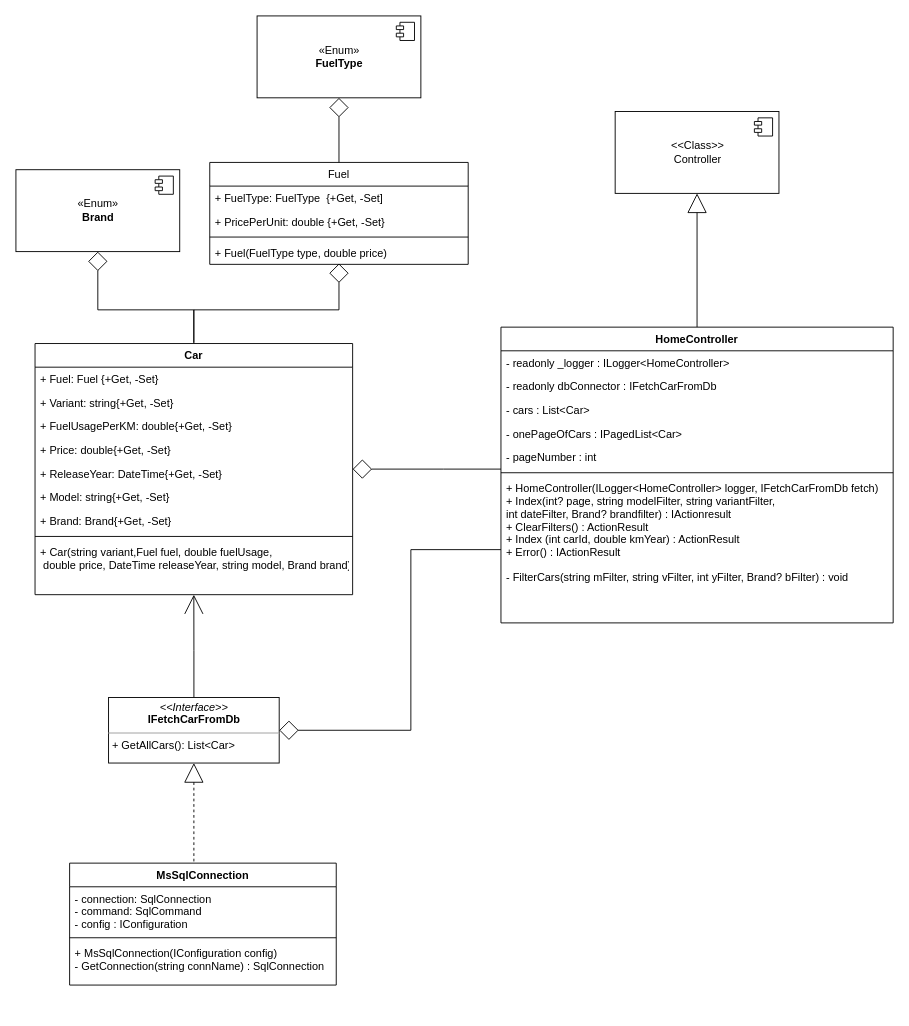
The draw.io diagram Dokumentation/Class Diagram - CC - SBO.drawio in NansyT/Car-Comparison, before the edit. Source tidied: cells renumbered, new cells numbered last; positions are measured from the earlier drawing's top-left corner, leaving out a move shared by most shapes. Both pictures are drawn from the tidied source at 91%, with x=0, y=0 at pixel (15, 15).
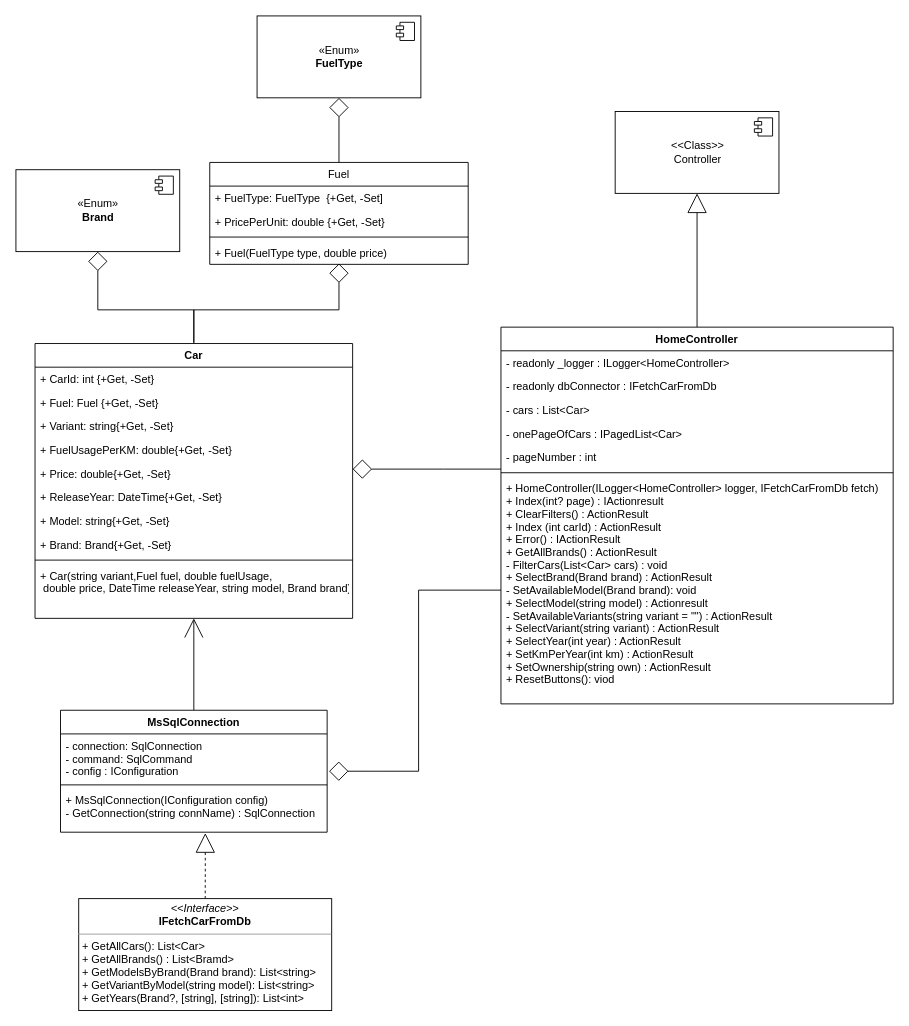
The same diagram, later.

Unchanged cells that the change refers to:
```xml
<mxCell id="28" value="- connection: SqlConnection&#10;- command: SqlCommand&#10;- config : IConfiguration" style="text;strokeColor=none;fillColor=none;align=left;verticalAlign=top;spacingLeft=4;spacingRight=4;overflow=hidden;points=[[0,0.5],[1,0.5]];portConstraint=eastwest;" parent="27" vertex="1">
  <mxGeometry y="26" width="293" height="52" as="geometry" />
</mxCell>
<mxCell id="30" value="+ MsSqlConnection(IConfiguration config)&#10;- GetConnection(string connName) : SqlConnection" style="text;strokeColor=none;fillColor=none;align=left;verticalAlign=top;spacingLeft=4;spacingRight=4;overflow=hidden;points=[[0,0.5],[1,0.5]];portConstraint=eastwest;" parent="27" vertex="1">
  <mxGeometry y="86" width="293" height="48" as="geometry" />
</mxCell>
```

The edit, as a diff of the source:
```diff
@@
     <mxCell id="4" value="Car" style="swimlane;fontStyle=1;align=center;verticalAlign=top;horizontal=1;startSize=26;" parent="1" vertex="1">
-      <mxGeometry x="21" y="360" width="349" height="276" as="geometry" />
+      <mxGeometry x="21" y="360" width="349" height="302" as="geometry" />
     </mxCell>
-    <mxCell id="5" value="+ Fuel: Fuel {+Get, -Set}" style="text;strokeColor=none;fillColor=none;align=left;verticalAlign=top;spacingLeft=4;spacingRight=4;overflow=hidden;" parent="4" vertex="1">
+    <mxCell id="5" value="+ CarId: int {+Get, -Set}" style="text;strokeColor=none;fillColor=none;align=left;verticalAlign=top;spacingLeft=4;spacingRight=4;overflow=hidden;" parent="4" vertex="1">
       <mxGeometry y="26" width="349" height="26" as="geometry" />
     </mxCell>
+    <mxCell id="44" value="+ Fuel: Fuel {+Get, -Set}" style="text;strokeColor=none;fillColor=none;align=left;verticalAlign=top;spacingLeft=4;spacingRight=4;overflow=hidden;" parent="4" vertex="1">
+      <mxGeometry y="52" width="349" height="26" as="geometry" />
+    </mxCell>
     <mxCell id="6" value="+ Variant: string{+Get, -Set}" style="text;strokeColor=none;fillColor=none;align=left;verticalAlign=top;spacingLeft=4;spacingRight=4;overflow=hidden;" parent="4" vertex="1">
-      <mxGeometry y="52" width="349" height="26" as="geometry" />
+      <mxGeometry y="78" width="349" height="26" as="geometry" />
     </mxCell>
     <mxCell id="7" value="+ FuelUsagePerKM: double{+Get, -Set}" style="text;strokeColor=none;fillColor=none;align=left;verticalAlign=top;spacingLeft=4;spacingRight=4;overflow=hidden;" parent="4" vertex="1">
-      <mxGeometry y="78" width="349" height="26" as="geometry" />
+      <mxGeometry y="104" width="349" height="26" as="geometry" />
     </mxCell>
     <mxCell id="8" value="+ Price: double{+Get, -Set}" style="text;strokeColor=none;fillColor=none;align=left;verticalAlign=top;spacingLeft=4;spacingRight=4;overflow=hidden;" parent="4" vertex="1">
-      <mxGeometry y="104" width="349" height="26" as="geometry" />
+      <mxGeometry y="130" width="349" height="26" as="geometry" />
     </mxCell>
     <mxCell id="9" value="+ ReleaseYear: DateTime{+Get, -Set}" style="text;strokeColor=none;fillColor=none;align=left;verticalAlign=top;spacingLeft=4;spacingRight=4;overflow=hidden;" parent="4" vertex="1">
-      <mxGeometry y="130" width="349" height="26" as="geometry" />
+      <mxGeometry y="156" width="349" height="26" as="geometry" />
     </mxCell>
     <mxCell id="10" value="+ Model: string{+Get, -Set}" style="text;strokeColor=none;fillColor=none;align=left;verticalAlign=top;spacingLeft=4;spacingRight=4;overflow=hidden;" parent="4" vertex="1">
-      <mxGeometry y="156" width="349" height="26" as="geometry" />
+      <mxGeometry y="182" width="349" height="26" as="geometry" />
     </mxCell>
     <mxCell id="11" value="+ Brand: Brand{+Get, -Set}" style="text;strokeColor=none;fillColor=none;align=left;verticalAlign=top;spacingLeft=4;spacingRight=4;overflow=hidden;" parent="4" vertex="1">
-      <mxGeometry y="182" width="349" height="26" as="geometry" />
+      <mxGeometry y="208" width="349" height="26" as="geometry" />
     </mxCell>
     <mxCell id="12" style="line;strokeWidth=1;fillColor=none;align=left;verticalAlign=middle;spacingTop=-1;spacingLeft=3;spacingRight=3;labelPosition=right;" parent="4" vertex="1">
-      <mxGeometry y="208" width="349" height="8" as="geometry" />
+      <mxGeometry y="234" width="349" height="8" as="geometry" />
     </mxCell>
     <mxCell id="13" value="+ Car(string variant,Fuel fuel, double fuelUsage,&#10; double price, DateTime releaseYear, string model, Brand brand)" style="text;strokeColor=none;fillColor=none;align=left;verticalAlign=top;spacingLeft=4;spacingRight=4;overflow=hidden;" parent="4" vertex="1">
-      <mxGeometry y="216" width="349" height="60" as="geometry" />
+      <mxGeometry y="242" width="349" height="60" as="geometry" />
     </mxCell>
@@
-    <mxCell id="24" style="edgeStyle=orthogonalEdgeStyle;rounded=0;jettySize=auto;html=1;dashed=1;startArrow=block;startFill=0;endArrow=none;endFill=0;startSize=19;endSize=19;" parent="1" edge="1" source="26" target="27">
-      <mxGeometry relative="1" as="geometry">
-        <Array as="points">
-          <mxPoint x="207" y="931" />
-        </Array>
-      </mxGeometry>
+    <mxCell id="24" style="rounded=0;jettySize=auto;html=1;dashed=1;startArrow=block;startFill=0;endArrow=none;endFill=0;startSize=19;endSize=19;exitX=0.543;exitY=1.021;exitDx=0;exitDy=0;exitPerimeter=0;entryX=0.5;entryY=0;entryDx=0;entryDy=0;edgeStyle=orthogonalEdgeStyle;" parent="1" edge="1" source="30" target="26">
+      <mxGeometry relative="1" as="geometry" />
     </mxCell>
-    <mxCell id="25" style="edgeStyle=orthogonalEdgeStyle;rounded=0;jettySize=auto;html=1;startArrow=none;startFill=0;endArrow=open;endFill=0;startSize=19;endSize=19;" parent="1" edge="1" source="26" target="4">
+    <mxCell id="25" style="rounded=0;jettySize=auto;html=1;startArrow=none;startFill=0;endArrow=open;endFill=0;startSize=19;endSize=19;exitX=0.5;exitY=0;exitDx=0;exitDy=0;edgeStyle=orthogonalEdgeStyle;" parent="1" edge="1" source="27" target="4">
       <mxGeometry relative="1" as="geometry" />
     </mxCell>
-    <mxCell id="26" value="&lt;p style=&quot;margin:0px;margin-top:4px;text-align:center;&quot;&gt;&lt;i&gt;&amp;lt;&amp;lt;Interface&amp;gt;&amp;gt;&lt;/i&gt;&lt;br&gt;&lt;b&gt;IFetchCarFromDb&lt;/b&gt;&lt;/p&gt;&lt;hr size=&quot;1&quot;&gt;&lt;p style=&quot;margin:0px;margin-left:4px;&quot;&gt;&lt;/p&gt;&lt;p style=&quot;margin:0px;margin-left:4px;&quot;&gt;+ GetAllCars(&lt;span style=&quot;background-color: initial;&quot;&gt;): List&amp;lt;Car&amp;gt;&lt;/span&gt;&lt;/p&gt;" style="verticalAlign=top;align=left;overflow=fill;fontSize=12;fontFamily=Helvetica;html=1;" parent="1" vertex="1">
-      <mxGeometry x="101.8" y="749" width="187.5" height="72" as="geometry" />
+    <mxCell id="26" value="&lt;p style=&quot;margin:0px;margin-top:4px;text-align:center;&quot;&gt;&lt;i&gt;&amp;lt;&amp;lt;Interface&amp;gt;&amp;gt;&lt;/i&gt;&lt;br&gt;&lt;b&gt;IFetchCarFromDb&lt;/b&gt;&lt;/p&gt;&lt;hr size=&quot;1&quot;&gt;&lt;p style=&quot;margin:0px;margin-left:4px;&quot;&gt;&lt;/p&gt;&lt;p style=&quot;margin:0px;margin-left:4px;&quot;&gt;+ GetAllCars(&lt;span style=&quot;background-color: initial;&quot;&gt;): List&amp;lt;Car&amp;gt;&lt;/span&gt;&lt;/p&gt;&lt;p style=&quot;margin:0px;margin-left:4px;&quot;&gt;&lt;span style=&quot;background-color: initial;&quot;&gt;+ GetAllBrands() : List&amp;lt;Bramd&amp;gt;&lt;/span&gt;&lt;/p&gt;&lt;p style=&quot;margin:0px;margin-left:4px;&quot;&gt;&lt;span style=&quot;background-color: initial;&quot;&gt;+ GetModelsByBrand(Brand brand): List&amp;lt;string&amp;gt;&lt;/span&gt;&lt;/p&gt;&lt;p style=&quot;margin:0px;margin-left:4px;&quot;&gt;&lt;span style=&quot;background-color: initial;&quot;&gt;+ GetVariantByModel(string model): List&amp;lt;string&amp;gt;&lt;/span&gt;&lt;/p&gt;&lt;p style=&quot;margin:0px;margin-left:4px;&quot;&gt;&lt;span style=&quot;background-color: initial;&quot;&gt;+ GetYears(Brand?, [string], [string]): List&amp;lt;int&amp;gt;&lt;/span&gt;&lt;/p&gt;" style="verticalAlign=top;align=left;overflow=fill;fontSize=12;fontFamily=Helvetica;html=1;" parent="1" vertex="1">
+      <mxGeometry x="69" y="970" width="278" height="123" as="geometry" />
     </mxCell>
     <mxCell id="27" value="MsSqlConnection" style="swimlane;fontStyle=1;align=center;verticalAlign=top;horizontal=1;startSize=26;" parent="1" vertex="1">
-      <mxGeometry x="59" y="931" width="293" height="134" as="geometry" />
+      <mxGeometry x="49" y="763" width="293" height="134" as="geometry" />
     </mxCell>
@@
     <mxCell id="32" value="HomeController" style="swimlane;fontStyle=1;align=center;verticalAlign=top;horizontal=1;startSize=26;" parent="1" vertex="1">
-      <mxGeometry x="533" y="342" width="431" height="325" as="geometry" />
+      <mxGeometry x="533" y="342" width="431" height="414" as="geometry" />
     </mxCell>
@@
-    <mxCell id="39" value="+ HomeController(ILogger&lt;HomeController&gt; logger, IFetchCarFromDb fetch)&#10;+ Index(int? page, string modelFilter, string variantFilter, &#10;int dateFilter, Brand? brandfilter) : IActionresult&#10;+ ClearFilters() : ActionResult&#10;+ Index (int carId, double kmYear) : ActionResult&#10;+ Error() : IActionResult &#10;&#10;- FilterCars(string mFilter, string vFilter, int yFilter, Brand? bFilter) : void&#10;" style="text;strokeColor=none;fillColor=none;align=left;verticalAlign=top;spacingLeft=4;spacingRight=4;overflow=hidden;points=[[0,0.5],[1,0.5]];portConstraint=eastwest;" parent="32" vertex="1">
-      <mxGeometry y="164" width="431" height="161" as="geometry" />
+    <mxCell id="39" value="+ HomeController(ILogger&lt;HomeController&gt; logger, IFetchCarFromDb fetch)&#10;+ Index(int? page) : IActionresult&#10;+ ClearFilters() : ActionResult&#10;+ Index (int carId) : ActionResult&#10;+ Error() : IActionResult &#10;+ GetAllBrands() : ActionResult&#10;- FilterCars(List&lt;Car&gt; cars) : void&#10;+ SelectBrand(Brand brand) : ActionResult&#10;- SetAvailableModel(Brand brand): void&#10;+ SelectModel(string model) : Actionresult&#10;- SetAvailableVariants(string variant = &quot;&quot;) : ActionResult&#10;+ SelectVariant(string variant) : ActionResult&#10;+ SelectYear(int year) : ActionResult&#10;+ SetKmPerYear(int km) : ActionResult&#10;+ SetOwnership(string own) : ActionResult&#10;+ ResetButtons(): viod" style="text;strokeColor=none;fillColor=none;align=left;verticalAlign=top;spacingLeft=4;spacingRight=4;overflow=hidden;points=[[0,0.5],[1,0.5]];portConstraint=eastwest;" parent="32" vertex="1">
+      <mxGeometry y="164" width="431" height="250" as="geometry" />
     </mxCell>
@@
-    <mxCell id="41" style="edgeStyle=orthogonalEdgeStyle;rounded=0;jettySize=auto;html=1;exitX=0;exitY=0.5;exitDx=0;exitDy=0;endArrow=diamond;endFill=0;endSize=19;" parent="1" edge="1" source="39" target="26">
-      <mxGeometry relative="1" as="geometry">
-        <Array as="points">
-          <mxPoint x="434" y="586" />
-          <mxPoint x="434" y="785" />
-        </Array>
-      </mxGeometry>
+    <mxCell id="41" style="rounded=0;jettySize=auto;html=1;exitX=0;exitY=0.5;exitDx=0;exitDy=0;endArrow=diamond;endFill=0;endSize=19;entryX=1.007;entryY=0.788;entryDx=0;entryDy=0;entryPerimeter=0;edgeStyle=orthogonalEdgeStyle;" parent="1" edge="1" source="39" target="28">
+      <mxGeometry relative="1" as="geometry" />
     </mxCell>
```
